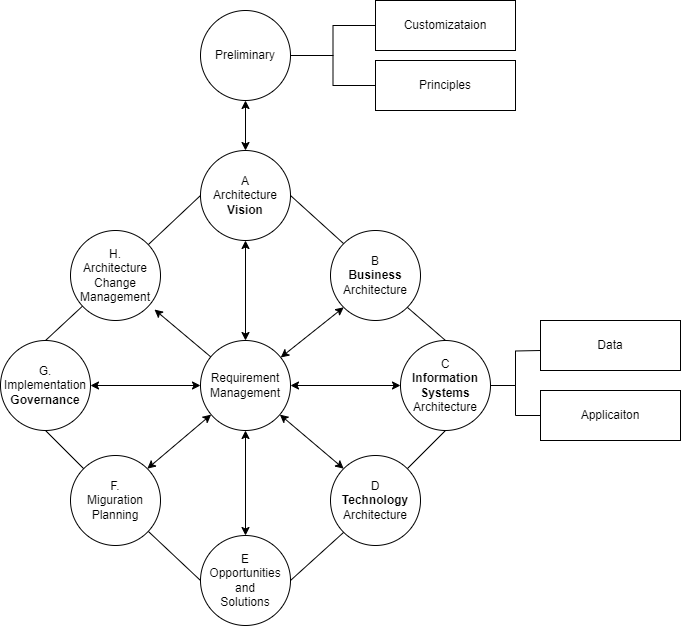
Earlier version of the draw.io export drawio/Togaf/adm.drawio.png (cmkam/architecture). Source tidied: cells renumbered, new cells last; positions are measured from the earlier drawing's top-left corner, leaving out a move shared by most shapes.
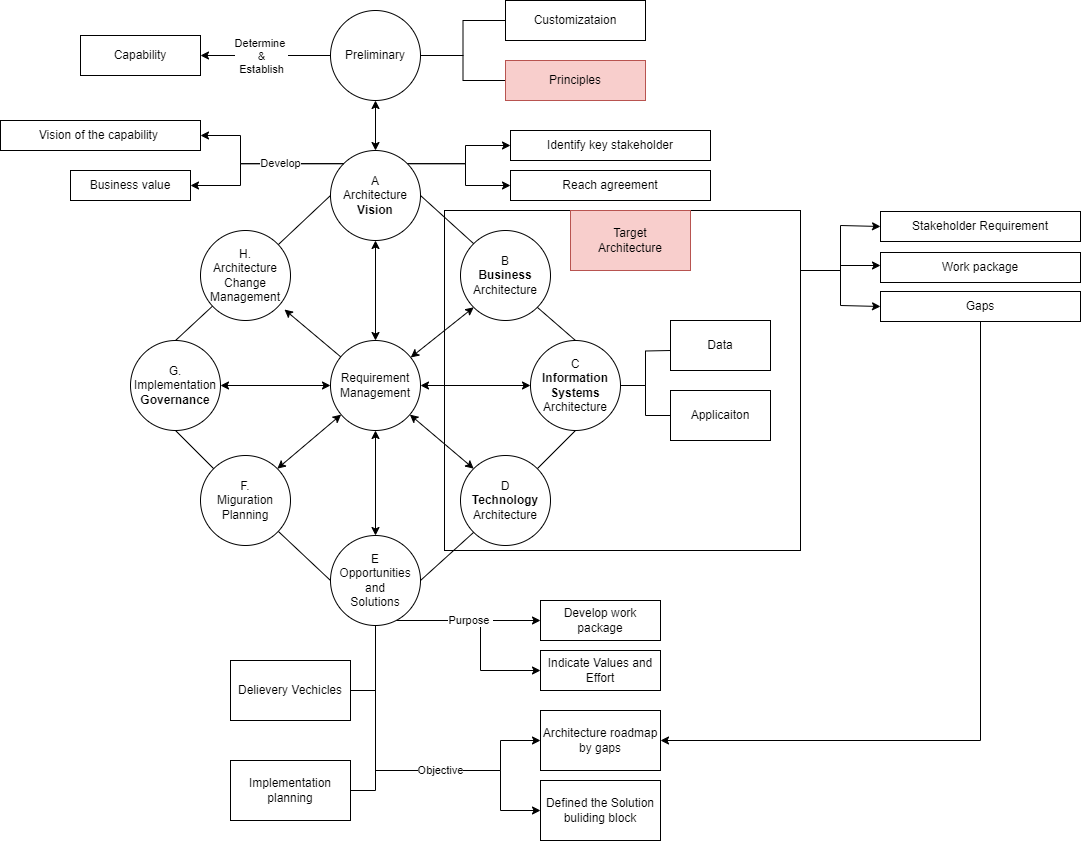
Above is the later version.

What changed in the source:
```diff
@@ -1,6 +1,73 @@
 <mxGraphModel>
   <root>
     <mxCell id="0" />
+    <mxCell id="37" value="area" parent="0" />
+    <mxCell id="38" style="edgeStyle=orthogonalEdgeStyle;rounded=0;jettySize=auto;html=1;entryX=0;entryY=0.5;entryDx=0;entryDy=0;" parent="37" edge="1" source="41" target="67">
+      <mxGeometry relative="1" as="geometry">
+        <Array as="points">
+          <mxPoint x="710" y="270" />
+          <mxPoint x="710" y="225" />
+        </Array>
+      </mxGeometry>
+    </mxCell>
+    <mxCell id="39" style="edgeStyle=orthogonalEdgeStyle;rounded=0;jettySize=auto;html=1;" parent="37" edge="1" source="41" target="69">
+      <mxGeometry relative="1" as="geometry">
+        <Array as="points">
+          <mxPoint x="710" y="270" />
+          <mxPoint x="710" y="265" />
+        </Array>
+      </mxGeometry>
+    </mxCell>
+    <mxCell id="40" style="edgeStyle=orthogonalEdgeStyle;rounded=0;jettySize=auto;html=1;entryX=0;entryY=0.5;entryDx=0;entryDy=0;" parent="37" edge="1" source="41" target="68">
+      <mxGeometry relative="1" as="geometry">
+        <Array as="points">
+          <mxPoint x="710" y="270" />
+          <mxPoint x="710" y="305" />
+        </Array>
+      </mxGeometry>
+    </mxCell>
+    <mxCell id="41" style="rounded=0;whiteSpace=wrap;html=1;" parent="37" vertex="1">
+      <mxGeometry x="314" y="210" width="356" height="340" as="geometry" />
+    </mxCell>
+    <mxCell id="42" value="Target&lt;br&gt;Architecture" style="rounded=0;whiteSpace=wrap;html=1;fillColor=#f8cecc;strokeColor=#b85450;" parent="37" vertex="1">
+      <mxGeometry x="440" y="210" width="120" height="60" as="geometry" />
+    </mxCell>
+    <mxCell id="43" value="Architecture roadmap by gaps" style="rounded=0;whiteSpace=wrap;html=1;" parent="37" vertex="1">
+      <mxGeometry x="410" y="710" width="120" height="60" as="geometry" />
+    </mxCell>
+    <mxCell id="44" style="edgeStyle=orthogonalEdgeStyle;rounded=0;jettySize=auto;html=1;entryX=0;entryY=0.5;entryDx=0;entryDy=0;" parent="37" edge="1" source="18" target="43">
+      <mxGeometry relative="1" as="geometry">
+        <Array as="points">
+          <mxPoint x="245" y="770" />
+          <mxPoint x="370" y="770" />
+          <mxPoint x="370" y="740" />
+        </Array>
+      </mxGeometry>
+    </mxCell>
+    <mxCell id="45" value="Defined the Solution buliding block" style="rounded=0;whiteSpace=wrap;html=1;" parent="37" vertex="1">
+      <mxGeometry x="410" y="780" width="120" height="60" as="geometry" />
+    </mxCell>
+    <mxCell id="46" style="edgeStyle=orthogonalEdgeStyle;rounded=0;jettySize=auto;html=1;entryX=1;entryY=0.5;entryDx=0;entryDy=0;" parent="37" edge="1" source="68" target="43">
+      <mxGeometry relative="1" as="geometry">
+        <Array as="points">
+          <mxPoint x="850" y="740" />
+        </Array>
+      </mxGeometry>
+    </mxCell>
+    <mxCell id="47" value="Develop work package" style="rounded=0;whiteSpace=wrap;html=1;" parent="37" vertex="1">
+      <mxGeometry x="410" y="600" width="120" height="40" as="geometry" />
+    </mxCell>
+    <mxCell id="48" value="Indicate Values and Effort" style="rounded=0;whiteSpace=wrap;html=1;" parent="37" vertex="1">
+      <mxGeometry x="410" y="650" width="120" height="40" as="geometry" />
+    </mxCell>
+    <mxCell id="49" style="edgeStyle=orthogonalEdgeStyle;rounded=0;jettySize=auto;html=1;entryX=0;entryY=0.5;entryDx=0;entryDy=0;" parent="37" edge="1" source="18" target="48">
+      <mxGeometry relative="1" as="geometry">
+        <Array as="points">
+          <mxPoint x="350" y="620" />
+          <mxPoint x="350" y="670" />
+        </Array>
+      </mxGeometry>
+    </mxCell>
     <mxCell id="1" parent="0" />
     <mxCell id="2" style="edgeStyle=orthogonalEdgeStyle;rounded=0;jettySize=auto;html=1;entryX=0.5;entryY=0;entryDx=0;entryDy=0;startArrow=classic;startFill=1;" parent="1" edge="1" source="5" target="7">
       <mxGeometry relative="1" as="geometry" />
@@ -11,15 +78,47 @@
     <mxCell id="4" style="edgeStyle=orthogonalEdgeStyle;shape=connector;rounded=0;jettySize=auto;html=1;entryX=0;entryY=0.5;entryDx=0;entryDy=0;labelBackgroundColor=default;strokeColor=default;fontFamily=Helvetica;fontSize=11;fontColor=default;startArrow=none;startFill=0;endArrow=none;endFill=0;" parent="1" edge="1" source="5" target="36">
       <mxGeometry relative="1" as="geometry" />
     </mxCell>
+    <mxCell id="50" style="edgeStyle=orthogonalEdgeStyle;rounded=0;jettySize=auto;html=1;entryX=1;entryY=0.5;entryDx=0;entryDy=0;" parent="1" edge="1" source="5" target="64">
+      <mxGeometry relative="1" as="geometry" />
+    </mxCell>
+    <mxCell id="51" value="Determine&amp;nbsp;&lt;br&gt;&amp;amp;&lt;br&gt;Establish" style="edgeLabel;html=1;align=center;verticalAlign=middle;" parent="50" vertex="1">
+      <mxGeometry x="-0.37" y="-1" relative="1" as="geometry">
+        <mxPoint x="-29" y="1" as="offset" />
+      </mxGeometry>
+    </mxCell>
     <mxCell id="5" value="Preliminary" style="ellipse;whiteSpace=wrap;html=1;" parent="1" vertex="1">
       <mxGeometry x="200" y="10" width="90" height="90" as="geometry" />
     </mxCell>
-    <mxCell id="6" style="jettySize=auto;html=1;entryX=0;entryY=0;entryDx=0;entryDy=0;endArrow=none;endFill=0;rounded=0;exitX=1;exitY=0.5;exitDx=0;exitDy=0;" parent="1" edge="1" source="7" target="8">
-      <mxGeometry relative="1" as="geometry" />
-    </mxCell>
+    <mxCell id="52" style="edgeStyle=orthogonalEdgeStyle;rounded=0;jettySize=auto;html=1;entryX=0;entryY=0.5;entryDx=0;entryDy=0;exitX=1;exitY=0;exitDx=0;exitDy=0;" parent="1" edge="1" source="7" target="66">
+      <mxGeometry relative="1" as="geometry" />
+    </mxCell>
+    <mxCell id="53" style="edgeStyle=orthogonalEdgeStyle;rounded=0;jettySize=auto;html=1;entryX=0;entryY=0.5;entryDx=0;entryDy=0;exitX=1;exitY=0;exitDx=0;exitDy=0;" parent="1" edge="1" source="7" target="65">
+      <mxGeometry relative="1" as="geometry">
+        <Array as="points">
+          <mxPoint x="335" y="163" />
+          <mxPoint x="335" y="145" />
+        </Array>
+      </mxGeometry>
+    </mxCell>
     <mxCell id="7" value="A&lt;br&gt;Architecture&lt;br&gt;&lt;b&gt;Vision&lt;/b&gt;" style="ellipse;whiteSpace=wrap;html=1;" parent="1" vertex="1">
       <mxGeometry x="200" y="150" width="90" height="90" as="geometry" />
     </mxCell>
+    <mxCell id="54" style="edgeStyle=orthogonalEdgeStyle;rounded=0;jettySize=auto;html=1;exitX=0;exitY=0;exitDx=0;exitDy=0;" parent="1" edge="1" source="7" target="63">
+      <mxGeometry relative="1" as="geometry">
+        <Array as="points">
+          <mxPoint x="110" y="163" />
+          <mxPoint x="110" y="185" />
+        </Array>
+      </mxGeometry>
+    </mxCell>
+    <mxCell id="55" value="Develop" style="edgeStyle=orthogonalEdgeStyle;rounded=0;jettySize=auto;html=1;entryX=1;entryY=0.5;entryDx=0;entryDy=0;exitX=0;exitY=0;exitDx=0;exitDy=0;" parent="1" edge="1" source="7" target="62">
+      <mxGeometry x="-0.26" relative="1" as="geometry">
+        <Array as="points">
+          <mxPoint x="110" y="163" />
+          <mxPoint x="110" y="135" />
+        </Array>
+      </mxGeometry>
+    </mxCell>
     <mxCell id="8" value="B&lt;br&gt;&lt;b&gt;Business&lt;/b&gt;&lt;br&gt;Architecture" style="ellipse;whiteSpace=wrap;html=1;" parent="1" vertex="1">
       <mxGeometry x="330" y="230" width="90" height="90" as="geometry" />
     </mxCell>
@@ -38,10 +137,10 @@
       <mxGeometry x="400" y="340" width="90" height="90" as="geometry" />
     </mxCell>
     <mxCell id="13" value="Data" style="rounded=0;whiteSpace=wrap;html=1;" parent="1" vertex="1">
-      <mxGeometry x="540" y="320" width="140" height="50" as="geometry" />
+      <mxGeometry x="540" y="320" width="100" height="50" as="geometry" />
     </mxCell>
     <mxCell id="14" value="Applicaiton" style="rounded=0;whiteSpace=wrap;html=1;" parent="1" vertex="1">
-      <mxGeometry x="540" y="390" width="140" height="50" as="geometry" />
+      <mxGeometry x="540" y="390" width="100" height="50" as="geometry" />
     </mxCell>
     <mxCell id="15" style="edgeStyle=none;shape=connector;rounded=0;jettySize=auto;html=1;entryX=0.5;entryY=1;entryDx=0;entryDy=0;labelBackgroundColor=default;strokeColor=default;fontFamily=Helvetica;fontSize=11;fontColor=default;startArrow=none;startFill=0;endArrow=none;endFill=0;" parent="1" edge="1" source="16" target="12">
       <mxGeometry relative="1" as="geometry" />
@@ -52,6 +151,37 @@
     <mxCell id="17" style="edgeStyle=none;shape=connector;rounded=0;jettySize=auto;html=1;entryX=0;entryY=1;entryDx=0;entryDy=0;labelBackgroundColor=default;strokeColor=default;fontFamily=Helvetica;fontSize=11;fontColor=default;startArrow=none;startFill=0;endArrow=none;endFill=0;exitX=1;exitY=0.5;exitDx=0;exitDy=0;" parent="1" edge="1" source="18" target="16">
       <mxGeometry relative="1" as="geometry" />
     </mxCell>
+    <mxCell id="56" style="edgeStyle=orthogonalEdgeStyle;rounded=0;jettySize=auto;html=1;endArrow=none;endFill=0;entryX=0;entryY=0.5;entryDx=0;entryDy=0;" parent="1" edge="1" source="18" target="60">
+      <mxGeometry relative="1" as="geometry">
+        <Array as="points">
+          <mxPoint x="245" y="790" />
+        </Array>
+      </mxGeometry>
+    </mxCell>
+    <mxCell id="57" style="edgeStyle=orthogonalEdgeStyle;rounded=0;jettySize=auto;html=1;entryX=1;entryY=0.5;entryDx=0;entryDy=0;endArrow=none;endFill=0;" parent="1" edge="1" source="18" target="61">
+      <mxGeometry relative="1" as="geometry">
+        <Array as="points">
+          <mxPoint x="245" y="690" />
+        </Array>
+      </mxGeometry>
+    </mxCell>
+    <mxCell id="58" value="Objective" style="edgeStyle=orthogonalEdgeStyle;rounded=0;jettySize=auto;html=1;entryX=0;entryY=0.5;entryDx=0;entryDy=0;" parent="1" edge="1" source="18" target="45">
+      <mxGeometry x="0.2" relative="1" as="geometry">
+        <Array as="points">
+          <mxPoint x="245" y="770" />
+          <mxPoint x="370" y="770" />
+          <mxPoint x="370" y="810" />
+          <mxPoint x="410" y="810" />
+        </Array>
+      </mxGeometry>
+    </mxCell>
+    <mxCell id="59" value="Purpose&amp;nbsp;" style="edgeStyle=orthogonalEdgeStyle;rounded=0;jettySize=auto;html=1;entryX=0;entryY=0.5;entryDx=0;entryDy=0;" parent="1" edge="1" source="18" target="47">
+      <mxGeometry x="0.03" relative="1" as="geometry">
+        <Array as="points">
+          <mxPoint x="410" y="620" />
+        </Array>
+      </mxGeometry>
+    </mxCell>
     <mxCell id="18" value="E&lt;br&gt;Opportunities&lt;br&gt;and&lt;br&gt;Solutions" style="ellipse;whiteSpace=wrap;html=1;" parent="1" vertex="1">
       <mxGeometry x="200" y="535" width="90" height="90" as="geometry" />
     </mxCell>
@@ -103,11 +233,44 @@
     <mxCell id="34" value="Requirement&lt;br&gt;Management" style="ellipse;whiteSpace=wrap;html=1;" parent="1" vertex="1">
       <mxGeometry x="200" y="340" width="90" height="90" as="geometry" />
     </mxCell>
-    <mxCell id="35" value="Principles" style="rounded=0;whiteSpace=wrap;html=1;" parent="1" vertex="1">
-      <mxGeometry x="375" y="60" width="140" height="50" as="geometry" />
+    <mxCell id="35" value="Principles" style="rounded=0;whiteSpace=wrap;html=1;fillColor=#f8cecc;strokeColor=#b85450;" parent="1" vertex="1">
+      <mxGeometry x="375" y="60" width="140" height="40" as="geometry" />
     </mxCell>
     <mxCell id="36" value="Customizataion" style="rounded=0;whiteSpace=wrap;html=1;" parent="1" vertex="1">
-      <mxGeometry x="375" width="140" height="50" as="geometry" />
+      <mxGeometry x="375" width="140" height="40" as="geometry" />
     </mxCell>
+    <mxCell id="60" value="Implementation planning" style="rounded=0;whiteSpace=wrap;html=1;" parent="1" vertex="1">
+      <mxGeometry x="100" y="760" width="120" height="60" as="geometry" />
+    </mxCell>
+    <mxCell id="61" value="Delievery Vechicles" style="rounded=0;whiteSpace=wrap;html=1;" parent="1" vertex="1">
+      <mxGeometry x="100" y="660" width="120" height="60" as="geometry" />
+    </mxCell>
+    <mxCell id="62" value="Vision of the capability&amp;nbsp;" style="rounded=0;whiteSpace=wrap;html=1;" parent="1" vertex="1">
+      <mxGeometry x="-130" y="120" width="200" height="30" as="geometry" />
+    </mxCell>
+    <mxCell id="63" value="Business value" style="rounded=0;whiteSpace=wrap;html=1;" parent="1" vertex="1">
+      <mxGeometry x="-60" y="170" width="120" height="30" as="geometry" />
+    </mxCell>
+    <mxCell id="64" value="Capability" style="rounded=0;whiteSpace=wrap;html=1;" parent="1" vertex="1">
+      <mxGeometry x="-50" y="35" width="120" height="40" as="geometry" />
+    </mxCell>
+    <mxCell id="65" value="Identify key stakeholder" style="rounded=0;whiteSpace=wrap;html=1;" parent="1" vertex="1">
+      <mxGeometry x="380" y="130" width="200" height="30" as="geometry" />
+    </mxCell>
+    <mxCell id="66" value="Reach agreement" style="rounded=0;whiteSpace=wrap;html=1;" parent="1" vertex="1">
+      <mxGeometry x="380" y="170" width="200" height="30" as="geometry" />
+    </mxCell>
+    <mxCell id="67" value="Stakeholder Requirement" style="rounded=0;whiteSpace=wrap;html=1;" parent="1" vertex="1">
+      <mxGeometry x="750" y="211" width="200" height="30" as="geometry" />
+    </mxCell>
+    <mxCell id="68" value="Gaps" style="rounded=0;whiteSpace=wrap;html=1;" parent="1" vertex="1">
+      <mxGeometry x="750" y="291" width="200" height="30" as="geometry" />
+    </mxCell>
+    <mxCell id="69" value="Work package" style="rounded=0;whiteSpace=wrap;html=1;" parent="1" vertex="1">
+      <mxGeometry x="750" y="252" width="200" height="30" as="geometry" />
+    </mxCell>
+    <mxCell id="6" style="jettySize=auto;html=1;entryX=0;entryY=0;entryDx=0;entryDy=0;endArrow=none;endFill=0;rounded=0;exitX=1;exitY=0.5;exitDx=0;exitDy=0;" parent="1" edge="1" source="7" target="8">
+      <mxGeometry relative="1" as="geometry" />
+    </mxCell>
   </root>
 </mxGraphModel>
```
